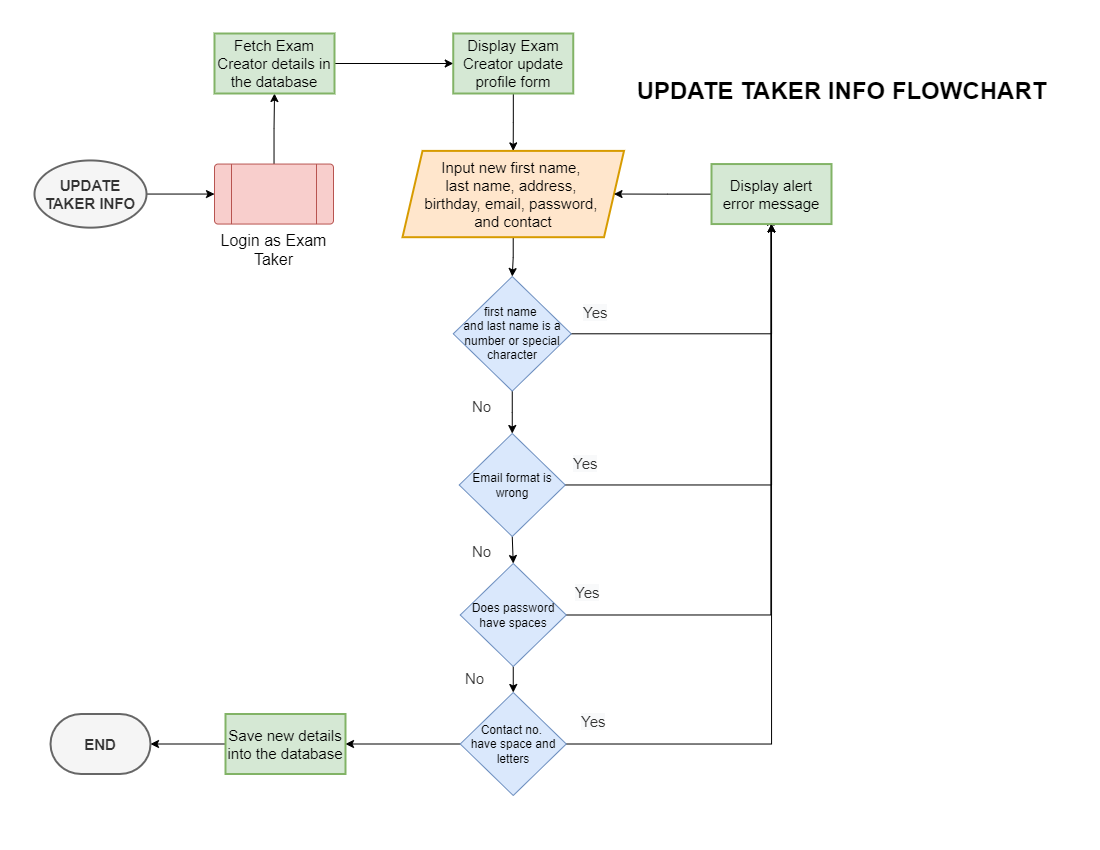
Earlier version of the draw.io export Gallardo/OnlineExam/online exam flowcharts/exam taker/Online exam flowchart-UPDATE TAKER INFO FLOWCHART.drawio.png (walteribloguintoledo/PUP2022). Source tidied: cells renumbered, new cells last; positions are measured from the earlier drawing's top-left corner, leaving out a move shared by most shapes.
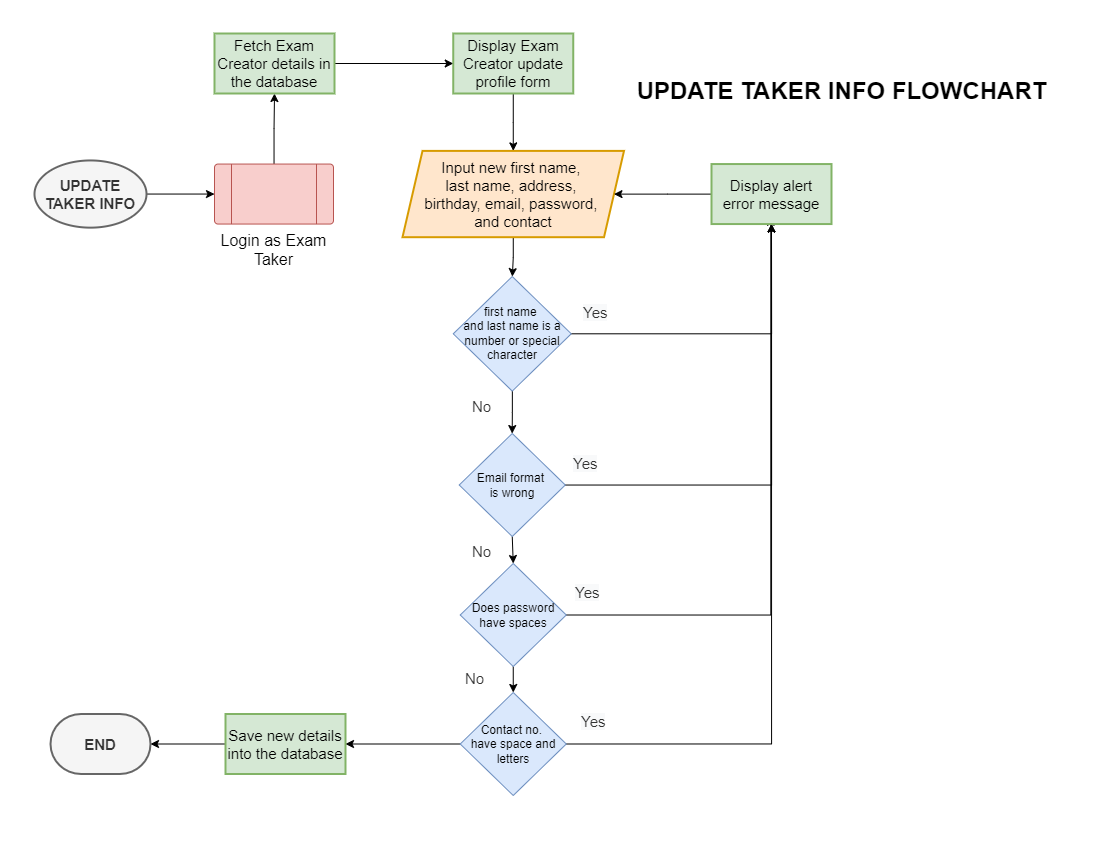
The same file after the commit.

Change to the diagram source:
```diff
@@ -50,7 +50,7 @@
     <mxCell id="17" style="edgeStyle=orthogonalEdgeStyle;rounded=0;jettySize=auto;html=1;exitX=0.5;exitY=1;exitDx=0;exitDy=0;entryX=0.5;entryY=0;entryDx=0;entryDy=0;fontSize=16;" parent="1" edge="1" source="18" target="21">
       <mxGeometry relative="1" as="geometry" />
     </mxCell>
-    <mxCell id="18" value="Email format is wrong" style="rhombus;whiteSpace=wrap;html=1;fillColor=#dae8fc;strokeColor=#6c8ebf;" parent="1" vertex="1">
+    <mxCell id="18" value="Email format &lt;br&gt;is wrong" style="rhombus;whiteSpace=wrap;html=1;fillColor=#dae8fc;strokeColor=#6c8ebf;" parent="1" vertex="1">
       <mxGeometry x="424.7" y="400" width="106.1" height="103" as="geometry" />
     </mxCell>
     <mxCell id="19" style="edgeStyle=orthogonalEdgeStyle;rounded=0;jettySize=auto;html=1;exitX=1;exitY=0.5;exitDx=0;exitDy=0;fontSize=16;" parent="1" edge="1" source="21">
```
